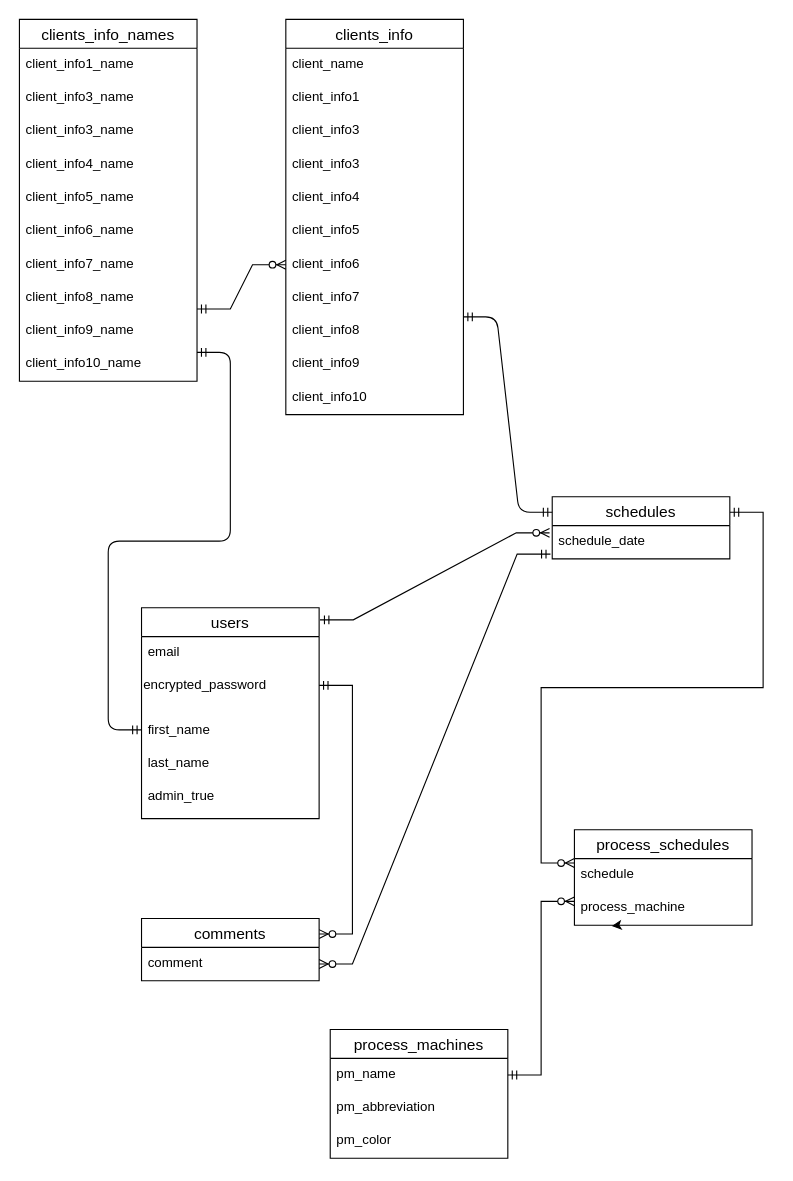
The draw.io diagram ER.drawio in hanyuta/procon, before the edit. Source tidied: cells renumbered, new cells numbered last; positions are measured from the earlier drawing's top-left corner, leaving out a move shared by most shapes. Both pictures are drawn from the tidied source at 111%, with x=0, y=0 at pixel (19, 19).
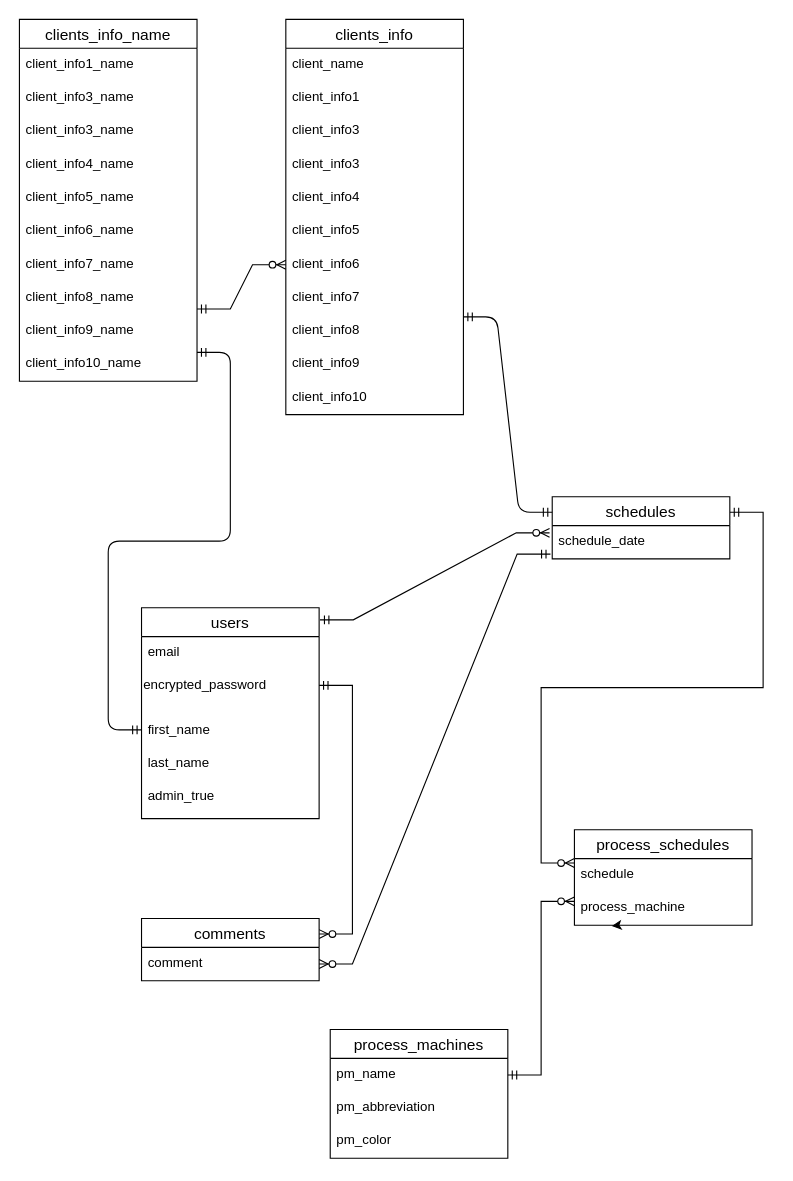
Above is the later version.

The edit, as a diff of the source:
```diff
@@
-    <mxCell id="32" value="clients_info_names" style="swimlane;fontStyle=0;horizontal=1;startSize=26;align=center;fontSize=14;" parent="1" vertex="1">
+    <mxCell id="32" value="clients_info_name" style="swimlane;fontStyle=0;horizontal=1;startSize=26;align=center;fontSize=14;" parent="1" vertex="1">
       <mxGeometry width="160" height="326" as="geometry" />
     </mxCell>
```
